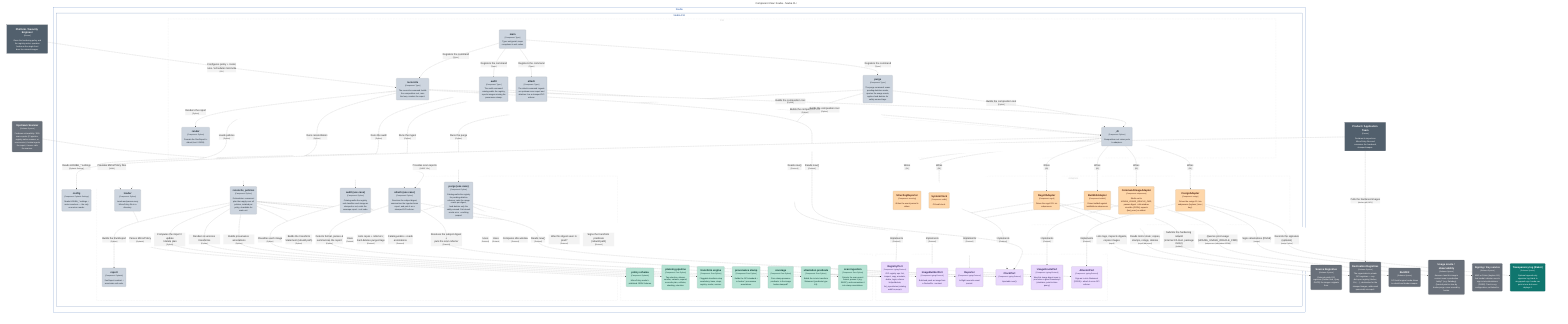
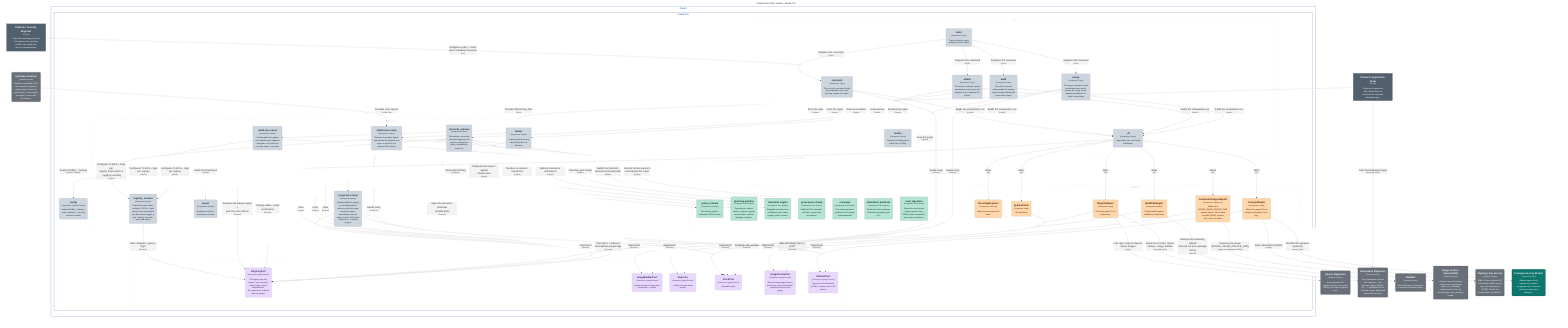
graph LR
  linkStyle default fill:#ffffff

  subgraph diagram ["Component View: houba - houba CLI"]
    style diagram fill:#ffffff,stroke:#ffffff

    1["<div style='font-weight: bold'>Platform / Security Engineer</div><div style='font-size: 70%; margin-top: 0px'>[Person]</div><div style='font-size: 80%; margin-top:10px'>Owns the hardening policy and<br />the registry roster; operates<br />houba as the single front<br />door for external images.</div>"]
    style 1 fill:#52606d,stroke:#39434c,color:#ffffff
    2["<div style='font-weight: bold'>Product / Application Team</div><div style='font-size: 70%; margin-top: 0px'>[Person]</div><div style='font-size: 80%; margin-top:10px'>Declares its imports as<br />MirrorPolicy files and<br />consumes the hardened,<br />stamped images.</div>"]
    style 2 fill:#52606d,stroke:#39434c,color:#ffffff

    44("<div style='font-weight: bold'>Source Registries</div><div style='font-size: 70%; margin-top: 0px'>[Software System]</div><div style='font-size: 80%; margin-top:10px'>External public OCI<br />registries (Docker Hub, Quay,<br />GHCR) the images originate<br />from.</div>")
    style 44 fill:#69707a,stroke:#494e55,color:#ffffff
    45("<div style='font-weight: bold'>Destination Registries</div><div style='font-size: 70%; margin-top: 0px'>[Software System]</div><div style='font-size: 80%; margin-top:10px'>The organization's private<br />OCI registries — any<br />dist-spec registry (Harbor,<br />Zot, …); destination for the<br />stamped images, addressed<br />generically via regctl.</div>")
    style 45 fill:#69707a,stroke:#494e55,color:#ffffff
    46("<div style='font-weight: bold'>BuildKit</div><div style='font-size: 70%; margin-top: 0px'>[Software System]</div><div style='font-size: 80%; margin-top:10px'>OCI build engine houba drives<br />to rebuild and harden images.</div>")
    style 46 fill:#69707a,stroke:#494e55,color:#ffffff
    50("<div style='font-weight: bold'>Usage oracle / observability</div><div style='font-size: 70%; margin-top: 0px'>[Software System]</div><div style='font-size: 80%; margin-top:10px'>Answers 'was this image's<br />content seen in production<br />lately?' (e.g. Datadog).<br />Queried point-in-time by<br />houba purge; never owned by<br />houba.</div>")
    style 50 fill:#69707a,stroke:#494e55,color:#ffffff
    51("<div style='font-weight: bold'>Signing / Key service</div><div style='font-size: 70%; margin-top: 0px'>[Software System]</div><div style='font-size: 80%; margin-top:10px'>KMS or Fulcio (keyless CA)<br />that houba's attestor uses to<br />sign in-toto attestations<br />(DSSE). Trust is org<br />configuration, not baked in.</div>")
    style 51 fill:#69707a,stroke:#494e55,color:#ffffff
    52("<div style='font-weight: bold'>Transparency log (Rekor)</div><div style='font-size: 70%; margin-top: 0px'>[Software System]</div><div style='font-size: 80%; margin-top:10px'>Optional append-only<br />signature log; blank in<br />air-gapped orgs. houba can<br />point at one but never<br />deploys it.</div>")
    style 52 fill:#0f766e,stroke:#0a524d,color:#ffffff
    53("<div style='font-weight: bold'>Upstream Scanner</div><div style='font-size: 70%; margin-top: 0px'>[Software System]</div><div style='font-size: 80%; margin-top:10px'>Produces vulnerability / EOL<br />scan reports (CI pipeline,<br />registry-native scanner, or<br />scan service). houba ingests<br />the report; it never calls<br />the scanner.</div>")
    style 53 fill:#69707a,stroke:#494e55,color:#ffffff

    subgraph 4 ["houba"]
      style 4 fill:#ffffff,stroke:#154da4,color:#154da4

      subgraph 5 ["houba CLI"]
        style 5 fill:#ffffff,stroke:#19458c,color:#19458c

        subgraph group1 ["Adapters"]
          style group1 fill:#ffffff,stroke:#cccccc,color:#cccccc,stroke-dasharray:5

          32("<div style='font-weight: bold'>RegctlAdapter</div><div style='font-size: 70%; margin-top: 0px'>[Component: regctl]</div><div style='font-size: 80%; margin-top:10px'>Drives the regctl CLI via<br />subprocess.</div>")
          style 32 fill:#fed7aa,stroke:#b19676,color:#4a1b0c
          33("<div style='font-weight: bold'>BuildkitAdapter</div><div style='font-size: 70%; margin-top: 0px'>[Component: buildctl]</div><div style='font-size: 80%; margin-top:10px'>Drives buildctl against<br />buildkitd via subprocess.</div>")
          style 33 fill:#fed7aa,stroke:#b19676,color:#4a1b0c
          34("<div style='font-weight: bold'>StructlogReporter</div><div style='font-size: 70%; margin-top: 0px'>[Component: structlog]</div><div style='font-size: 80%; margin-top:10px'>Writes the event journal to<br />stderr.</div>")
          style 34 fill:#fed7aa,stroke:#b19676,color:#4a1b0c
          35("<div style='font-weight: bold'>SystemClock</div><div style='font-size: 70%; margin-top: 0px'>[Component: stdlib]</div><div style='font-size: 80%; margin-top:10px'>OS wall clock.</div>")
          style 35 fill:#fed7aa,stroke:#b19676,color:#4a1b0c
          36("<div style='font-weight: bold'>CommandUsageAdapter</div><div style='font-size: 70%; margin-top: 0px'>[Component: subprocess]</div><div style='font-size: 80%; margin-top:10px'>Shells out to<br />HOUBA_USAGE_ORACLE_CMD;<br />passes digest + idle window<br />via stdin (JSON); expects<br />{last_seen} on stdout.</div>")
          style 36 fill:#fed7aa,stroke:#b19676,color:#4a1b0c
          37("<div style='font-weight: bold'>CosignAdapter</div><div style='font-size: 70%; margin-top: 0px'>[Component: cosign]</div><div style='font-size: 80%; margin-top:10px'>Drives the cosign CLI via<br />subprocess (keyless | kms |<br />key).</div>")
          style 37 fill:#fed7aa,stroke:#b19676,color:#4a1b0c
        end

        subgraph group2 ["CLI"]
          style group2 fill:#ffffff,stroke:#cccccc,color:#cccccc,stroke-dasharray:5

          10("<div style='font-weight: bold'>attach</div><div style='font-size: 70%; margin-top: 0px'>[Component: Typer]</div><div style='font-size: 80%; margin-top:10px'>The attach command: ingests<br />an upstream scan report and<br />attaches it as a stamped OCI<br />referrer.</div>")
          style 10 fill:#cdd5df,stroke:#8f959c,color:#1f2933
          11("<div style='font-weight: bold'>render</div><div style='font-size: 70%; margin-top: 0px'>[Component: Python]</div><div style='font-size: 80%; margin-top:10px'>Formats the RunReport to<br />stdout (text / JSON).</div>")
          style 11 fill:#cdd5df,stroke:#8f959c,color:#1f2933
          12("<div style='font-weight: bold'>_di</div><div style='font-size: 70%; margin-top: 0px'>[Component: Python]</div><div style='font-size: 80%; margin-top:10px'>Composition root: wires ports<br />to adapters.</div>")
          style 12 fill:#cdd5df,stroke:#8f959c,color:#1f2933
          6("<div style='font-weight: bold'>main</div><div style='font-size: 70%; margin-top: 0px'>[Component: Typer]</div><div style='font-size: 80%; margin-top:10px'>Typer entrypoint; maps<br />exceptions to exit codes.</div>")
          style 6 fill:#cdd5df,stroke:#8f959c,color:#1f2933
          7("<div style='font-weight: bold'>reconcile</div><div style='font-size: 70%; margin-top: 0px'>[Component: Typer]</div><div style='font-size: 80%; margin-top:10px'>The reconcile command: builds<br />the composition root, runs<br />the loop, renders the report.</div>")
          style 7 fill:#cdd5df,stroke:#8f959c,color:#1f2933
          8("<div style='font-weight: bold'>purge</div><div style='font-size: 70%; margin-top: 0px'>[Component: Typer]</div><div style='font-size: 80%; margin-top:10px'>The purge command: scans<br />pending-deletion marks,<br />queries the usage oracle,<br />applies hard-deletes for<br />safely-unused tags.</div>")
          style 8 fill:#cdd5df,stroke:#8f959c,color:#1f2933
          9("<div style='font-weight: bold'>audit</div><div style='font-size: 70%; margin-top: 0px'>[Component: Typer]</div><div style='font-size: 80%; margin-top:10px'>The audit command:<br />catalog-walks the registry,<br />reports images missing the<br />provenance stamp.</div>")
          style 9 fill:#cdd5df,stroke:#8f959c,color:#1f2933
        end

        subgraph group3 ["Domain (pure)"]
          style group3 fill:#ffffff,stroke:#cccccc,color:#cccccc,stroke-dasharray:5

          19("<div style='font-weight: bold'>policy schema</div><div style='font-size: 70%; margin-top: 0px'>[Component: Pydantic]</div><div style='font-size: 80%; margin-top:10px'>MirrorPolicy model +<br />published JSON Schema.</div>")
          style 19 fill:#b6e3d4,stroke:#7f9e94,color:#04342c
          20("<div style='font-weight: bold'>planning pipeline</div><div style='font-size: 70%; margin-top: 0px'>[Component: Pure Python]</div><div style='font-size: 80%; margin-top:10px'>Tag selection, aliases,<br />semver, variants, expand,<br />reconcile plan, collision,<br />sharding, retention.</div>")
          style 20 fill:#b6e3d4,stroke:#7f9e94,color:#04342c
          21("<div style='font-weight: bold'>transform engine</div><div style='font-size: 70%; margin-top: 0px'>[Component: Pure Python]</div><div style='font-size: 80%; margin-top:10px'>Pluggable transform-step<br />vocabulary: base, steps,<br />registry, render, version.</div>")
          style 21 fill:#b6e3d4,stroke:#7f9e94,color:#04342c
          22("<div style='font-weight: bold'>provenance stamp</div><div style='font-size: 70%; margin-top: 0px'>[Component: Pure Python]</div><div style='font-size: 80%; margin-top:10px'>Builds the OCI-standard +<br />io.houba.* provenance<br />annotations.</div>")
          style 22 fill:#b6e3d4,stroke:#7f9e94,color:#04342c
          23("<div style='font-weight: bold'>coverage</div><div style='font-size: 70%; margin-top: 0px'>[Component: Pure Python]</div><div style='font-size: 80%; margin-top:10px'>Pure stamp-presence<br />predicate: is the image<br />houba-stamped?</div>")
          style 23 fill:#b6e3d4,stroke:#7f9e94,color:#04342c
          24("<div style='font-weight: bold'>attestation predicate</div><div style='font-size: 70%; margin-top: 0px'>[Component: Pure Python]</div><div style='font-size: 80%; margin-top:10px'>Builds the in-toto transform<br />Statement (predicate type<br />/v1).</div>")
          style 24 fill:#b6e3d4,stroke:#7f9e94,color:#04342c
          25("<div style='font-weight: bold'>scan ingestion</div><div style='font-size: 70%; margin-top: 0px'>[Component: Pure Python]</div><div style='font-size: 80%; margin-top:10px'>Detects the scan-report<br />format, parses it (e.g.<br />SARIF), and summarizes it<br />into stamp annotations.</div>")
          style 25 fill:#b6e3d4,stroke:#7f9e94,color:#04342c
        end

        subgraph group4 ["Ports"]
          style group4 fill:#ffffff,stroke:#cccccc,color:#cccccc,stroke-dasharray:5

          26("<div style='font-weight: bold'>RegistryPort</div><div style='font-size: 70%; margin-top: 0px'>[Component: typing.Protocol]</div><div style='font-size: 80%; margin-top:10px'>OCI registry ops: list,<br />inspect, copy, annotate,<br />delete, login, referrer<br />list/put/delete;<br />list_repositories (catalog<br />walk for purge).</div>")
          style 26 fill:#e9d8fd,stroke:#a397b1,color:#322659
          27("<div style='font-weight: bold'>ImageBuilderPort</div><div style='font-size: 70%; margin-top: 0px'>[Component: typing.Protocol]</div><div style='font-size: 80%; margin-top:10px'>Build and push an image from<br />a Dockerfile + context.</div>")
          style 27 fill:#e9d8fd,stroke:#a397b1,color:#322659
          28("<div style='font-weight: bold'>Reporter</div><div style='font-size: 70%; margin-top: 0px'>[Component: typing.Protocol]</div><div style='font-size: 80%; margin-top:10px'>In-flight reconcile event<br />journal.</div>")
          style 28 fill:#e9d8fd,stroke:#a397b1,color:#322659
          29("<div style='font-weight: bold'>ClockPort</div><div style='font-size: 70%; margin-top: 0px'>[Component: typing.Protocol]</div><div style='font-size: 80%; margin-top:10px'>Injectable now().</div>")
          style 29 fill:#e9d8fd,stroke:#a397b1,color:#322659
          30("<div style='font-weight: bold'>UsageOraclePort</div><div style='font-size: 70%; margin-top: 0px'>[Component: typing.Protocol]</div><div style='font-size: 80%; margin-top:10px'>Was this image digest seen in<br />prod since a given timestamp?<br />(stateless, point-in-time<br />query).</div>")
          style 30 fill:#e9d8fd,stroke:#a397b1,color:#322659
          31("<div style='font-weight: bold'>AttestorPort</div><div style='font-size: 70%; margin-top: 0px'>[Component: typing.Protocol]</div><div style='font-size: 80%; margin-top:10px'>Sign an in-toto Statement<br />(DSSE) + attach it as an OCI<br />referrer.</div>")
          style 31 fill:#e9d8fd,stroke:#a397b1,color:#322659
        end

        subgraph group5 ["Use cases"]
          style group5 fill:#ffffff,stroke:#cccccc,color:#cccccc,stroke-dasharray:5

          13("<div style='font-weight: bold'>loader</div><div style='font-size: 70%; margin-top: 0px'>[Component: Python]</div><div style='font-size: 80%; margin-top:10px'>Loads and parses every<br />MirrorPolicy file in a<br />directory.</div>")
          style 13 fill:#cdd5df,stroke:#8f959c,color:#1f2933
          14("<div style='font-weight: bold'>reconcile_policies</div><div style='font-size: 70%; margin-top: 0px'>[Component: Python]</div><div style='font-size: 80%; margin-top:10px'>Orchestrator: concurrent<br />plan-then-apply over all<br />policies, isolated per<br />policy, shardable for<br />scale-out.</div>")
          style 14 fill:#cdd5df,stroke:#8f959c,color:#1f2933
          15("<div style='font-weight: bold'>purge (use case)</div><div style='font-size: 70%; margin-top: 0px'>[Component: Python]</div><div style='font-size: 80%; margin-top:10px'>Catalog-walks the registry<br />for pending-deletion<br />referrers; asks the usage<br />oracle per digest;<br />hard-deletes only the<br />safely-unused. Fail-closed:<br />oracle error ⇒ nothing<br />purged.</div>")
          style 15 fill:#cdd5df,stroke:#8f959c,color:#1f2933
          16("<div style='font-weight: bold'>audit (use case)</div><div style='font-size: 70%; margin-top: 0px'>[Component: Python]</div><div style='font-size: 80%; margin-top:10px'>Catalog-walks the registry<br />and classifies each image as<br />stamped or not; emits the<br />coverage report + exit code.</div>")
          style 16 fill:#cdd5df,stroke:#8f959c,color:#1f2933
          17("<div style='font-weight: bold'>attach (use case)</div><div style='font-size: 70%; margin-top: 0px'>[Component: Python]</div><div style='font-size: 80%; margin-top:10px'>Resolves the subject digest,<br />summarizes the ingested scan<br />report, and puts it as a<br />stamped OCI referrer.</div>")
          style 17 fill:#cdd5df,stroke:#8f959c,color:#1f2933
          18("<div style='font-weight: bold'>report</div><div style='font-size: 70%; margin-top: 0px'>[Component: Pydantic]</div><div style='font-size: 80%; margin-top:10px'>RunReport contract +<br />worst-wins exit code.</div>")
          style 18 fill:#cdd5df,stroke:#8f959c,color:#1f2933
+           54("<div style='font-weight: bold'>registry_session</div><div style='font-size: 70%; margin-top: 0px'>[Component: Python]</div><div style='font-size: 80%; margin-top:10px'>Shared use-case helper:<br />configure TLS/CA + login<br />once per host (idempotent<br />via caller-owned logged_in<br />set). Used by reconcile,<br />audit, and attach.</div>")
+           style 54 fill:#cdd5df,stroke:#8f959c,color:#1f2933
        end

        38("<div style='font-weight: bold'>config</div><div style='font-size: 70%; margin-top: 0px'>[Component: Pydantic Settings]</div><div style='font-size: 80%; margin-top:10px'>Reads HOUBA_* settings +<br />roster resolvers — the only<br />os.environ reader.</div>")
        style 38 fill:#cdd5df,stroke:#8f959c,color:#1f2933
      end

    end

    12-. "<div>Wires</div><div style='font-size: 70%'>[DI]</div>" .->34
    12-. "<div>Wires</div><div style='font-size: 70%'>[DI]</div>" .->35
    12-. "<div>Wires</div><div style='font-size: 70%'>[DI]</div>" .->36
    13-. "<div>Parses MirrorPolicy</div><div style='font-size: 70%'>[Pydantic]</div>" .->19
    14-. "<div>Builds the RunReport</div><div style='font-size: 70%'>[Python]</div>" .->18
    14-. "<div>Computes the import / update<br />/ delete plan</div><div style='font-size: 70%'>[Python]</div>" .->20
    14-. "<div>Renders & versions transforms</div><div style='font-size: 70%'>[Python]</div>" .->21
    14-. "<div>Builds provenance annotations</div><div style='font-size: 70%'>[Python]</div>" .->22
    14-. "<div>Uses</div><div style='font-size: 70%'>[Protocol]</div>" .->26
    14-. "<div>Uses</div><div style='font-size: 70%'>[Protocol]</div>" .->27
    14-. "<div>Uses</div><div style='font-size: 70%'>[Protocol]</div>" .->28
    15-. "<div>Lists repos + referrers;<br />hard-deletes purged tags</div><div style='font-size: 70%'>[Protocol]</div>" .->26
    15-. "<div>Was this digest seen in prod?</div><div style='font-size: 70%'>[Protocol]</div>" .->30
    15-. "<div>Computes idle window</div><div style='font-size: 70%'>[Protocol]</div>" .->29
    32-. "<div>Implements</div><div style='font-size: 70%'>[Protocol]</div>" .->26
    33-. "<div>Implements</div><div style='font-size: 70%'>[Protocol]</div>" .->27
    34-. "<div>Implements</div><div style='font-size: 70%'>[Protocol]</div>" .->28
    35-. "<div>Implements</div><div style='font-size: 70%'>[Protocol]</div>" .->29
    36-. "<div>Implements</div><div style='font-size: 70%'>[Protocol]</div>" .->30
    32-. "<div>Lists tags, inspects digests,<br />copies images</div><div style='font-size: 70%'>[regctl]</div>" .->44
    32-. "<div>Reads mirror state; copies,<br />stamps, retags, deletes</div><div style='font-size: 70%'>[regctl (dist-spec)]</div>" .->45
    33-. "<div>Submits the hardening rebuild<br />(internal CA trust, package<br />mirror)</div><div style='font-size: 70%'>[buildctl]</div>" .->46
    36-. "<div>Queries prod usage<br />(HOUBA_USAGE_ORACLE_CMD)</div><div style='font-size: 70%'>[subprocess (stdin/stdout JSON)]</div>" .->50
    14-. "<div>Builds the transform<br />Statement (rebuild path)</div><div style='font-size: 70%'>[Python]</div>" .->24
    14-. "<div>Signs the transform predicate<br />(rebuild path)</div><div style='font-size: 70%'>[Protocol]</div>" .->31
    12-. "<div>Wires</div><div style='font-size: 70%'>[DI]</div>" .->37
    37-. "<div>Implements</div><div style='font-size: 70%'>[Protocol]</div>" .->31
    37-. "<div>Signs attestations (DSSE)</div><div style='font-size: 70%'>[cosign]</div>" .->51
    37-. "<div>Records the signature<br />(optional)</div><div style='font-size: 70%'>[cosign / rekor]</div>" .->52
    2-. "<div>Pulls the hardened images</div><div style='font-size: 70%'>[docker pull (OCI)]</div>" .->45
    1-. "<div>Configures policy + roster,<br />runs / schedules reconcile</div><div style='font-size: 70%'>[CLI]</div>" .->7
    2-. "<div>Provides MirrorPolicy files</div><div style='font-size: 70%'>[YAML]</div>" .->13
    6-. "<div>Registers the command</div><div style='font-size: 70%'>[Typer]</div>" .->7
    6-. "<div>Registers the command</div><div style='font-size: 70%'>[Typer]</div>" .->8
    6-. "<div>Registers the command</div><div style='font-size: 70%'>[Typer]</div>" .->9
    6-. "<div>Registers the command</div><div style='font-size: 70%'>[Typer]</div>" .->10
    9-. "<div>Builds the composition root</div><div style='font-size: 70%'>[Python]</div>" .->12
    9-. "<div>Runs the audit</div><div style='font-size: 70%'>[Python]</div>" .->16
    16-. "<div>Classifies each image</div><div style='font-size: 70%'>[Python]</div>" .->23
    16-. "<div>Catalog-walks + reads<br />annotations</div><div style='font-size: 70%'>[Protocol]</div>" .->26
    10-. "<div>Builds the composition root</div><div style='font-size: 70%'>[Python]</div>" .->12
    10-. "<div>Runs the ingest</div><div style='font-size: 70%'>[Python]</div>" .->17
    53-. "<div>Provides scan reports</div><div style='font-size: 70%'>[SARIF / file]</div>" .->17
    17-. "<div>Detects format, parses &<br />summarizes the report</div><div style='font-size: 70%'>[Python]</div>" .->25
    17-. "<div>Resolves the subject digest +<br />puts the scan referrer</div><div style='font-size: 70%'>[Protocol]</div>" .->26
    17-. "<div>Reads now()</div><div style='font-size: 70%'>[Protocol]</div>" .->29
    8-. "<div>Builds the composition root</div><div style='font-size: 70%'>[Python]</div>" .->12
    8-. "<div>Runs the purge</div><div style='font-size: 70%'>[Python]</div>" .->15
    8-. "<div>Reads now()</div><div style='font-size: 70%'>[Protocol]</div>" .->29
    7-. "<div>Builds the composition root</div><div style='font-size: 70%'>[Python]</div>" .->12
    7-. "<div>Loads policies</div><div style='font-size: 70%'>[Python]</div>" .->13
    7-. "<div>Runs reconciliation</div><div style='font-size: 70%'>[Python]</div>" .->14
    7-. "<div>Renders the report</div><div style='font-size: 70%'>[Python]</div>" .->11
    7-. "<div>Reads now()</div><div style='font-size: 70%'>[Protocol]</div>" .->29
    12-. "<div>Reads HOUBA_* settings</div><div style='font-size: 70%'>[Pydantic Settings]</div>" .->38
    12-. "<div>Wires</div><div style='font-size: 70%'>[DI]</div>" .->32
    12-. "<div>Wires</div><div style='font-size: 70%'>[DI]</div>" .->33
+     14-. "<div>Configures TLS/CA + login<br />per registry</div><div style='font-size: 70%'>[Python]</div>" .->54
+     16-. "<div>Configures TLS/CA + login<br />per registry</div><div style='font-size: 70%'>[Python]</div>" .->54
+     17-. "<div>Configures TLS/CA + login per<br />registry (host-match or<br />--registry override)</div><div style='font-size: 70%'>[Python]</div>" .->54
+     54-. "<div>Calls configure_registry +<br />login</div><div style='font-size: 70%'>[Protocol]</div>" .->26

  end